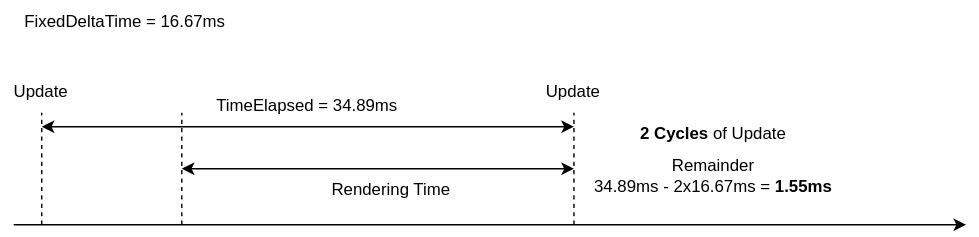
Earlier version of the draw.io export public/posts/timestep-and-frame-pacing/resources/semifixed_timestep.svg (raylee9919/raylee9919.github.io). Source tidied: cells renumbered, new cells last; positions are measured from the earlier drawing's top-left corner, leaving out a move shared by most shapes.
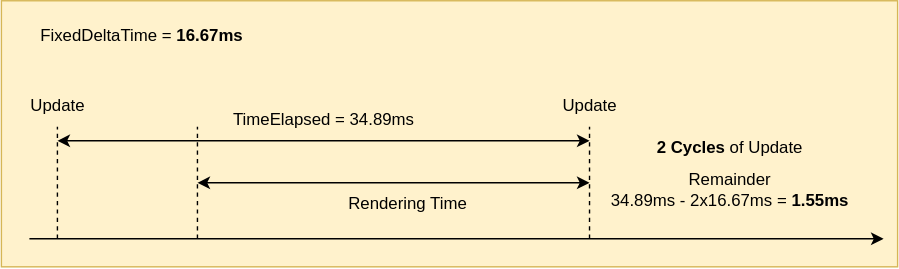
After the commit.

What changed in the source:
```diff
@@ -2,55 +2,58 @@
   <root>
     <mxCell id="0" />
     <mxCell id="1" parent="0" />
-    <mxCell id="2" style="endArrow=classic;html=1;rounded=0;" parent="1" edge="1">
-      <mxGeometry relative="1" as="geometry">
-        <mxPoint x="10" y="160" as="sourcePoint" />
-        <mxPoint x="690" y="160" as="targetPoint" />
-      </mxGeometry>
-    </mxCell>
-    <mxCell id="3" style="endArrow=classic;startArrow=classic;html=1;rounded=0;" parent="1" edge="1">
-      <mxGeometry relative="1" as="geometry">
-        <mxPoint x="130" y="120" as="sourcePoint" />
-        <mxPoint x="410" y="120" as="targetPoint" />
-      </mxGeometry>
-    </mxCell>
-    <mxCell id="4" style="endArrow=none;dashed=1;html=1;rounded=0;" parent="1" edge="1">
-      <mxGeometry relative="1" as="geometry">
-        <mxPoint x="410" y="160" as="sourcePoint" />
-        <mxPoint x="410" y="80" as="targetPoint" />
-      </mxGeometry>
-    </mxCell>
-    <mxCell id="5" style="endArrow=none;dashed=1;html=1;rounded=0;" parent="1" edge="1">
-      <mxGeometry relative="1" as="geometry">
-        <mxPoint x="130" y="160" as="sourcePoint" />
-        <mxPoint x="130" y="80" as="targetPoint" />
-      </mxGeometry>
-    </mxCell>
+    <mxCell id="15" style="rounded=0;whiteSpace=wrap;html=1;fillColor=#fff2cc;strokeColor=#d6b656;" parent="1" vertex="1">
+      <mxGeometry x="-10" y="-10" width="640" height="190" as="geometry" />
+    </mxCell>
+    <mxCell id="16" style="endArrow=classic;html=1;rounded=0;" parent="1" edge="1">
+      <mxGeometry relative="1" as="geometry">
+        <mxPoint x="10" y="160" as="sourcePoint" />
+        <mxPoint x="620" y="160" as="targetPoint" />
+      </mxGeometry>
+    </mxCell>
+    <mxCell id="17" style="endArrow=classic;startArrow=classic;html=1;rounded=0;" parent="1" edge="1">
+      <mxGeometry relative="1" as="geometry">
+        <mxPoint x="130" y="120" as="sourcePoint" />
+        <mxPoint x="410" y="120" as="targetPoint" />
+      </mxGeometry>
+    </mxCell>
+    <mxCell id="18" style="endArrow=none;dashed=1;html=1;rounded=0;" parent="1" edge="1">
+      <mxGeometry relative="1" as="geometry">
+        <mxPoint x="410" y="160" as="sourcePoint" />
+        <mxPoint x="410" y="80" as="targetPoint" />
+      </mxGeometry>
+    </mxCell>
+    <mxCell id="19" style="endArrow=none;dashed=1;html=1;rounded=0;" parent="1" edge="1">
+      <mxGeometry relative="1" as="geometry">
+        <mxPoint x="130" y="160" as="sourcePoint" />
+        <mxPoint x="130" y="80" as="targetPoint" />
+      </mxGeometry>
+    </mxCell>
     <mxCell id="6" value="Rendering Time" style="text;html=1;whiteSpace=wrap;strokeColor=none;fillColor=none;align=center;verticalAlign=middle;rounded=0;" parent="1" vertex="1">
       <mxGeometry x="210" y="120" width="140" height="30" as="geometry" />
     </mxCell>
-    <mxCell id="7" style="endArrow=none;dashed=1;html=1;rounded=0;" parent="1" edge="1">
-      <mxGeometry relative="1" as="geometry">
-        <mxPoint x="30" y="160" as="sourcePoint" />
-        <mxPoint x="30" y="80" as="targetPoint" />
-      </mxGeometry>
-    </mxCell>
-    <mxCell id="8" value="Update" style="text;html=1;whiteSpace=wrap;strokeColor=none;fillColor=none;align=center;verticalAlign=middle;rounded=0;" parent="1" vertex="1">
-      <mxGeometry y="50" width="60" height="30" as="geometry" />
-    </mxCell>
-    <mxCell id="9" value="Update" style="text;html=1;whiteSpace=wrap;strokeColor=none;fillColor=none;align=center;verticalAlign=middle;rounded=0;" parent="1" vertex="1">
-      <mxGeometry x="380" y="50" width="60" height="30" as="geometry" />
-    </mxCell>
-    <mxCell id="10" style="endArrow=classic;startArrow=classic;html=1;rounded=0;" parent="1" edge="1">
-      <mxGeometry relative="1" as="geometry">
-        <mxPoint x="30" y="90" as="sourcePoint" />
-        <mxPoint x="410" y="90" as="targetPoint" />
-      </mxGeometry>
-    </mxCell>
+    <mxCell id="20" style="endArrow=none;dashed=1;html=1;rounded=0;" parent="1" edge="1">
+      <mxGeometry relative="1" as="geometry">
+        <mxPoint x="30" y="160" as="sourcePoint" />
+        <mxPoint x="30" y="80" as="targetPoint" />
+      </mxGeometry>
+    </mxCell>
+    <mxCell id="21" value="Update" style="text;html=1;whiteSpace=wrap;strokeColor=none;fillColor=none;align=center;verticalAlign=middle;rounded=0;" parent="1" vertex="1">
+      <mxGeometry y="50" width="60" height="30" as="geometry" />
+    </mxCell>
+    <mxCell id="22" value="Update" style="text;html=1;whiteSpace=wrap;strokeColor=none;fillColor=none;align=center;verticalAlign=middle;rounded=0;" parent="1" vertex="1">
+      <mxGeometry x="380" y="50" width="60" height="30" as="geometry" />
+    </mxCell>
+    <mxCell id="23" style="endArrow=classic;startArrow=classic;html=1;rounded=0;" parent="1" edge="1">
+      <mxGeometry relative="1" as="geometry">
+        <mxPoint x="30" y="90" as="sourcePoint" />
+        <mxPoint x="410" y="90" as="targetPoint" />
+      </mxGeometry>
+    </mxCell>
     <mxCell id="11" value="TimeElapsed = 34.89ms" style="text;html=1;whiteSpace=wrap;strokeColor=none;fillColor=none;align=center;verticalAlign=middle;rounded=0;" parent="1" vertex="1">
       <mxGeometry x="150" y="60" width="140" height="30" as="geometry" />
     </mxCell>
-    <mxCell id="12" value="FixedDeltaTime = 16.67ms" style="text;html=1;whiteSpace=wrap;strokeColor=none;fillColor=none;align=center;verticalAlign=middle;rounded=0;" parent="1" vertex="1">
+    <mxCell id="12" value="FixedDeltaTime = &lt;b&gt;16.67ms&lt;/b&gt;" style="text;html=1;whiteSpace=wrap;strokeColor=none;fillColor=none;align=center;verticalAlign=middle;rounded=0;" parent="1" vertex="1">
       <mxGeometry x="10" width="160" height="30" as="geometry" />
     </mxCell>
     <mxCell id="13" value="&lt;b&gt;2&lt;/b&gt;&amp;nbsp;&lt;b&gt;Cycles&lt;/b&gt; of Update" style="text;html=1;whiteSpace=wrap;strokeColor=none;fillColor=none;align=center;verticalAlign=middle;rounded=0;" parent="1" vertex="1">
```
